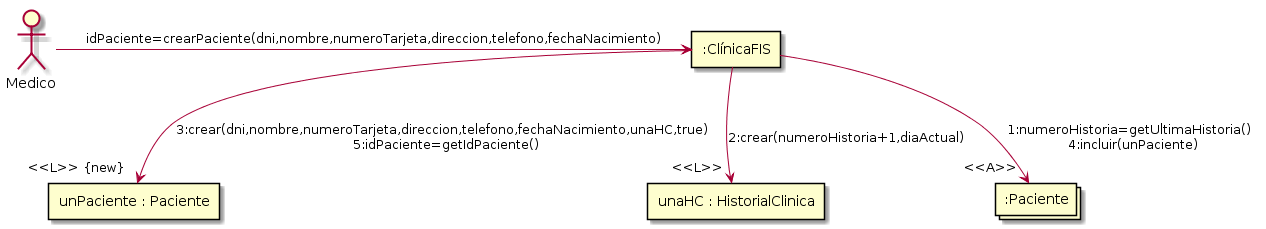
This is P4/crearPaciente.png from Ludvins/DGIIM_FIS, a PlantUML export, as it was before one commit.
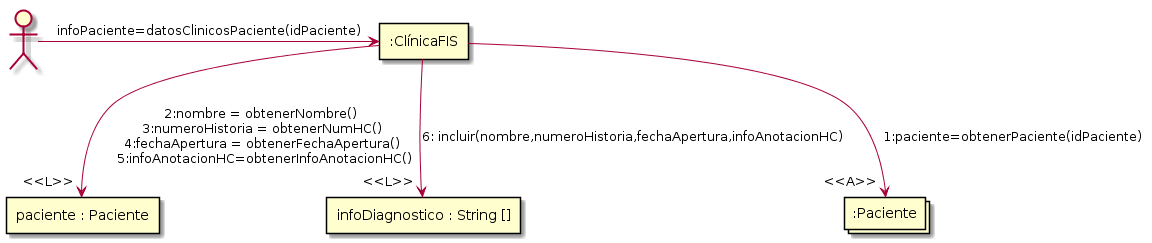
The same diagram one commit later.

What changed in the source:
```diff
@@ -1,15 +1,14 @@
 @startuml
 
 rectangle ":ClínicaFIS" as FIS
-rectangle "unPaciente : Paciente" as unPaci
-rectangle "unaHC : HistorialClinica" as histo
-
+rectangle "paciente : Paciente" as paciente
+rectangle "infoDiagnostico : String []" as info
 collections ":Paciente" as Paci
 
-:Medico: -> FIS : "idPaciente=crearPaciente(dni,nombre,numeroTarjeta,direccion,telefono,fechaNacimiento)"
+: : -> FIS : "infoPaciente=datosClinicosPaciente(idPaciente)"
 
-FIS -down-> "<<A>>" Paci : 1:numeroHistoria=getUltimaHistoria() \n 4:incluir(unPaciente)
-FIS -down-> "<<L>>" histo : 2:crear(numeroHistoria+1,diaActual)
-FIS -down-> "<<L>> {new}" unPaci : 3:crear(dni,nombre,numeroTarjeta,direccion,telefono,fechaNacimiento,unaHC,true) \n 5:idPaciente=getIdPaciente()
+FIS -down-> "<<A>>" Paci : "1:paciente=obtenerPaciente(idPaciente)"
+FIS -down-> "<<L>>" paciente : 2:nombre = obtenerNombre() \n 3:numeroHistoria = obtenerNumHC() \n 4:fechaApertura = obtenerFechaApertura() \n 5:infoAnotacionHC=obtenerInfoAnotacionHC()
+FIS -down-> "<<L>>" info : "6: incluir(nombre,numeroHistoria,fechaApertura,infoAnotacionHC)"
 
 @enduml
```
